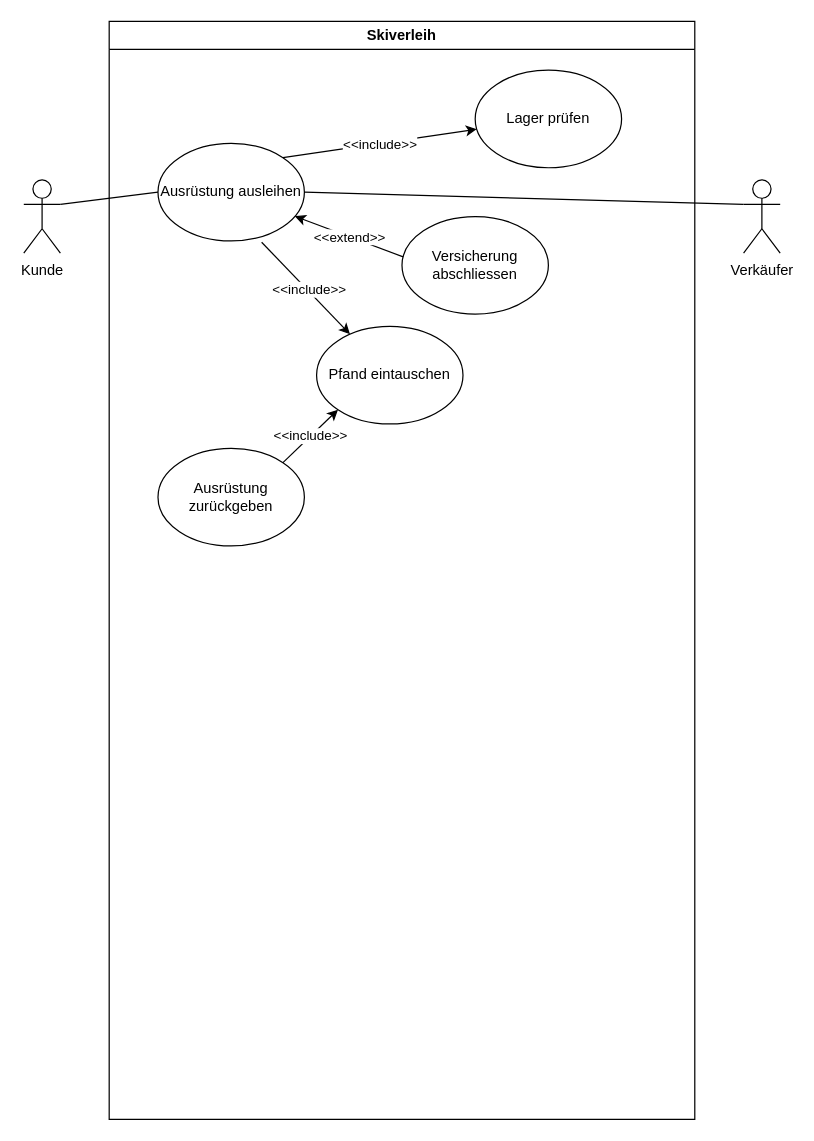
Above: usecases.drawio in ferreric/ffhs_swem (draw.io), before the change. Source tidied: cells renumbered, new cells numbered last; positions are measured from the earlier drawing's top-left corner, leaving out a move shared by most shapes. Both pictures are drawn from the tidied source at 122%, with x=0, y=0 at pixel (23, 21).
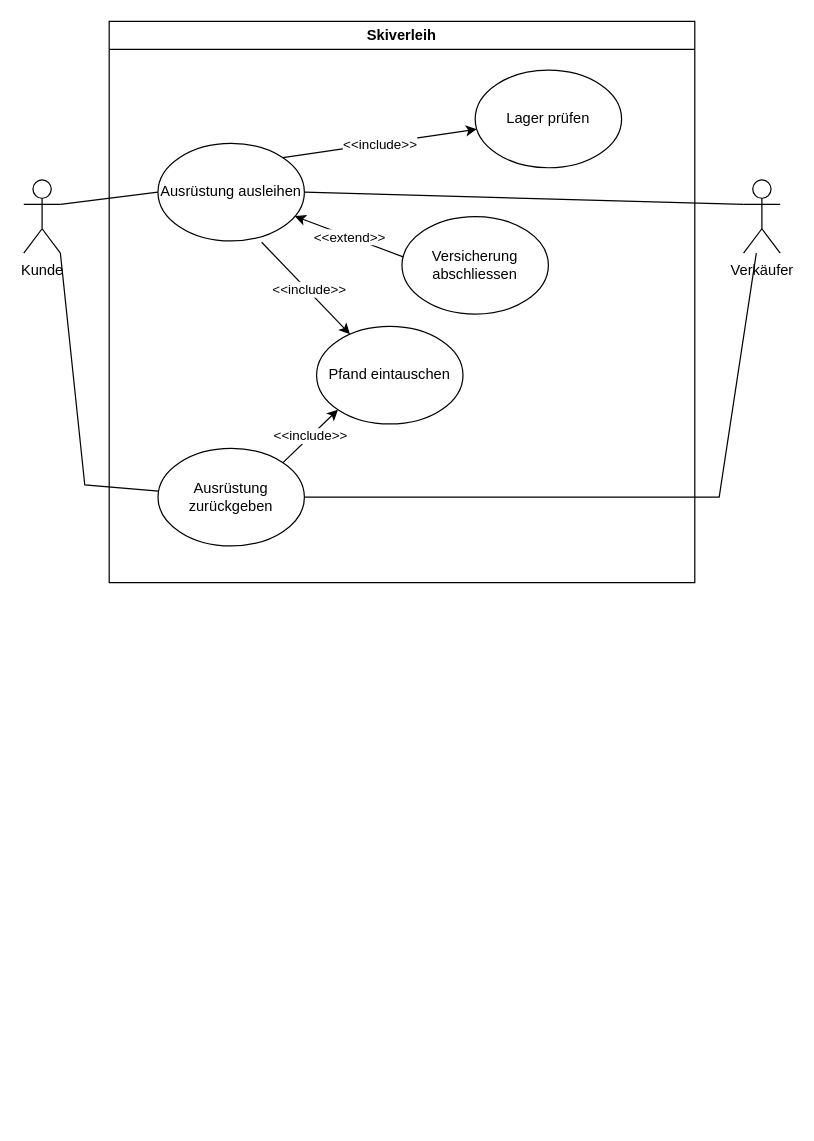
After the change.

Unchanged cells that the change refers to:
```xml
<mxCell id="2" value="Kunde" style="shape=umlActor;verticalLabelPosition=bottom;verticalAlign=top;html=1;outlineConnect=0;" parent="1" vertex="1">
  <mxGeometry y="130" width="30" height="60" as="geometry" />
</mxCell>
<mxCell id="13" value="Ausrüstung zurückgeben" style="ellipse;whiteSpace=wrap;html=1;" parent="3" vertex="1">
  <mxGeometry x="40" y="350" width="120" height="80" as="geometry" />
</mxCell>
<mxCell id="15" value="Verkäufer" style="shape=umlActor;verticalLabelPosition=bottom;verticalAlign=top;html=1;outlineConnect=0;" parent="1" vertex="1">
  <mxGeometry x="590" y="130" width="30" height="60" as="geometry" />
</mxCell>
```

What changed in the source:
```diff
@@
     <mxCell id="3" value="Skiverleih" style="swimlane;whiteSpace=wrap;html=1;" parent="1" vertex="1">
-      <mxGeometry x="70" width="480" height="900" as="geometry" />
+      <mxGeometry x="70" width="480" height="460" as="geometry" />
     </mxCell>
@@
+    <mxCell id="18" style="endArrow=none;html=1;rounded=0;exitX=1;exitY=1;exitDx=0;exitDy=0;exitPerimeter=0;" parent="1" edge="1" source="2" target="13">
+      <mxGeometry relative="1" as="geometry">
+        <Array as="points">
+          <mxPoint x="50" y="380" />
+        </Array>
+      </mxGeometry>
+    </mxCell>
+    <mxCell id="19" style="endArrow=none;html=1;rounded=0;exitX=1;exitY=0.5;exitDx=0;exitDy=0;" parent="1" edge="1" source="13" target="15">
+      <mxGeometry relative="1" as="geometry">
+        <Array as="points">
+          <mxPoint x="570" y="390" />
+        </Array>
+      </mxGeometry>
+    </mxCell>
```
